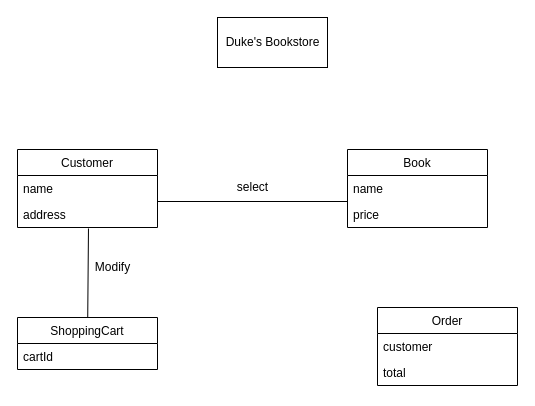
Before: page "Page-1" (1 of 2) of testDiagram.drawio in pjpure/SAD, a draw.io diagram. Source tidied: cells renumbered, new cells numbered last; positions are measured from the earlier drawing's top-left corner, leaving out a move shared by most shapes. Both pictures are drawn from the tidied source at 100%, with x=0, y=0 at pixel (17, 17).
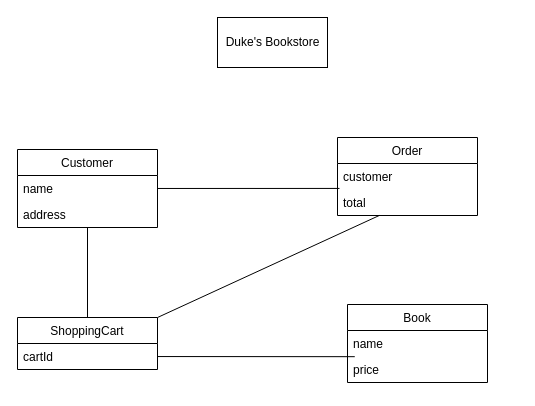
The same diagram, later.

The edit, as a diff of the source:
```diff
@@
 <mxGraphModel>
   <root>
     <mxCell id="0" />
     <mxCell id="1" parent="0" />
     <mxCell id="2" value="Duke's Bookstore" style="html=1;" parent="1" vertex="1">
       <mxGeometry x="200" width="110" height="50" as="geometry" />
     </mxCell>
     <mxCell id="3" value="Book" style="swimlane;fontStyle=0;horizontal=1;startSize=26;fillColor=none;" parent="1" vertex="1">
-      <mxGeometry x="330" y="132" width="140" height="78" as="geometry" />
+      <mxGeometry x="330" y="287" width="140" height="78" as="geometry" />
     </mxCell>
     <mxCell id="4" value="name" style="text;strokeColor=none;fillColor=none;align=left;verticalAlign=top;spacingLeft=4;spacingRight=4;overflow=hidden;" parent="3" vertex="1">
       <mxGeometry y="26" width="140" height="26" as="geometry" />
     </mxCell>
     <mxCell id="5" value="price" style="text;strokeColor=none;fillColor=none;align=left;verticalAlign=top;spacingLeft=4;spacingRight=4;overflow=hidden;points=[[0,0.5],[1,0.5]];portConstraint=eastwest;" parent="3" vertex="1">
       <mxGeometry y="52" width="140" height="26" as="geometry" />
     </mxCell>
-    <mxCell id="6" style="edgeStyle=none;rounded=0;jettySize=auto;html=1;entryX=0.507;entryY=1.038;entryDx=0;entryDy=0;entryPerimeter=0;endArrow=none;endFill=0;" parent="1" edge="1" source="7" target="11">
+    <mxCell id="6" style="edgeStyle=none;rounded=0;jettySize=auto;html=1;endArrow=none;endFill=0;" parent="1" edge="1" source="7" target="11">
       <mxGeometry relative="1" as="geometry" />
     </mxCell>
     <mxCell id="7" value="ShoppingCart" style="swimlane;fontStyle=0;horizontal=1;startSize=26;fillColor=none;" parent="1" vertex="1">
       <mxGeometry y="300" width="140" height="52" as="geometry" />
     </mxCell>
     <mxCell id="8" value="cartId" style="text;strokeColor=none;fillColor=none;align=left;verticalAlign=top;spacingLeft=4;spacingRight=4;overflow=hidden;points=[[0,0.5],[1,0.5]];portConstraint=eastwest;" parent="7" vertex="1">
       <mxGeometry y="26" width="140" height="26" as="geometry" />
     </mxCell>
+    <mxCell id="18" style="edgeStyle=none;rounded=0;jettySize=auto;html=1;entryX=0.014;entryY=-0.041;entryDx=0;entryDy=0;entryPerimeter=0;endArrow=none;endFill=0;" parent="1" edge="1" source="9" target="14">
+      <mxGeometry relative="1" as="geometry" />
+    </mxCell>
     <mxCell id="9" value="Customer" style="swimlane;fontStyle=0;horizontal=1;startSize=26;fillColor=none;" parent="1" vertex="1">
       <mxGeometry y="132" width="140" height="78" as="geometry" />
     </mxCell>
     <mxCell id="10" value="name" style="text;strokeColor=none;fillColor=none;align=left;verticalAlign=top;spacingLeft=4;spacingRight=4;overflow=hidden;" parent="9" vertex="1">
       <mxGeometry y="26" width="140" height="26" as="geometry" />
     </mxCell>
     <mxCell id="11" value="address" style="text;strokeColor=none;fillColor=none;align=left;verticalAlign=top;spacingLeft=4;spacingRight=4;overflow=hidden;points=[[0,0.5],[1,0.5]];portConstraint=eastwest;" parent="9" vertex="1">
       <mxGeometry y="52" width="140" height="26" as="geometry" />
     </mxCell>
     <mxCell id="12" value="Order" style="swimlane;fontStyle=0;horizontal=1;startSize=26;fillColor=none;" parent="1" vertex="1">
-      <mxGeometry x="360" y="290" width="140" height="78" as="geometry" />
+      <mxGeometry x="320" y="120" width="140" height="78" as="geometry" />
     </mxCell>
     <mxCell id="13" value="customer" style="text;strokeColor=none;fillColor=none;align=left;verticalAlign=top;spacingLeft=4;spacingRight=4;overflow=hidden;" parent="12" vertex="1">
       <mxGeometry y="26" width="140" height="26" as="geometry" />
     </mxCell>
     <mxCell id="14" value="total" style="text;strokeColor=none;fillColor=none;align=left;verticalAlign=top;spacingLeft=4;spacingRight=4;overflow=hidden;points=[[0,0.5],[1,0.5]];portConstraint=eastwest;" parent="12" vertex="1">
       <mxGeometry y="52" width="140" height="26" as="geometry" />
     </mxCell>
-    <mxCell id="15" style="line;strokeWidth=1;fillColor=none;align=left;verticalAlign=middle;spacingTop=-1;spacingLeft=3;spacingRight=3;labelPosition=right;" parent="1" vertex="1">
-      <mxGeometry x="140" y="180" width="190" height="8" as="geometry" />
-    </mxCell>
-    <mxCell id="16" value="select" style="text;html=1;align=center;verticalAlign=middle;strokeColor=none;" parent="1" vertex="1">
-      <mxGeometry x="210" y="160" width="50" height="20" as="geometry" />
-    </mxCell>
-    <mxCell id="17" value="Modify" style="text;html=1;align=center;verticalAlign=middle;strokeColor=none;" parent="1" vertex="1">
-      <mxGeometry x="70" y="240" width="50" height="20" as="geometry" />
-    </mxCell>
+    <mxCell id="19" style="edgeStyle=none;rounded=0;jettySize=auto;html=1;entryX=0.052;entryY=0.007;entryDx=0;entryDy=0;entryPerimeter=0;endArrow=none;endFill=0;" parent="1" edge="1" source="8" target="5">
+      <mxGeometry relative="1" as="geometry" />
+    </mxCell>
+    <mxCell id="20" style="edgeStyle=none;rounded=0;jettySize=auto;html=1;entryX=1;entryY=0;entryDx=0;entryDy=0;endArrow=none;endFill=0;" parent="1" edge="1" source="14" target="7">
+      <mxGeometry relative="1" as="geometry" />
+    </mxCell>
   </root>
 </mxGraphModel>
```
